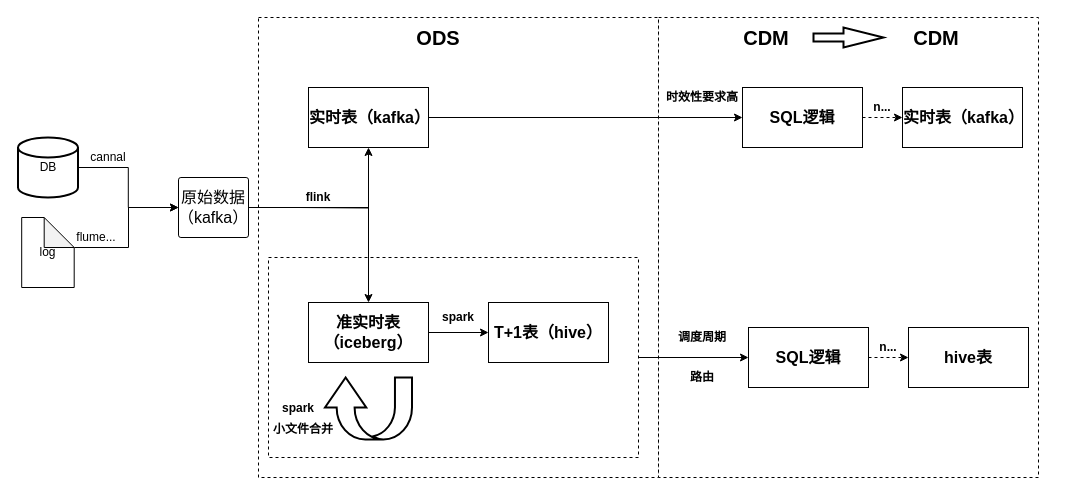
The draw.io diagram mt流批一体.drawio in mineminemine123/work-wiki, before the edit. Source tidied: cells renumbered, new cells numbered last; positions are measured from the earlier drawing's top-left corner, leaving out a move shared by most shapes. Both pictures are drawn from the tidied source at 100%, with x=0, y=0 at pixel (18, 17).
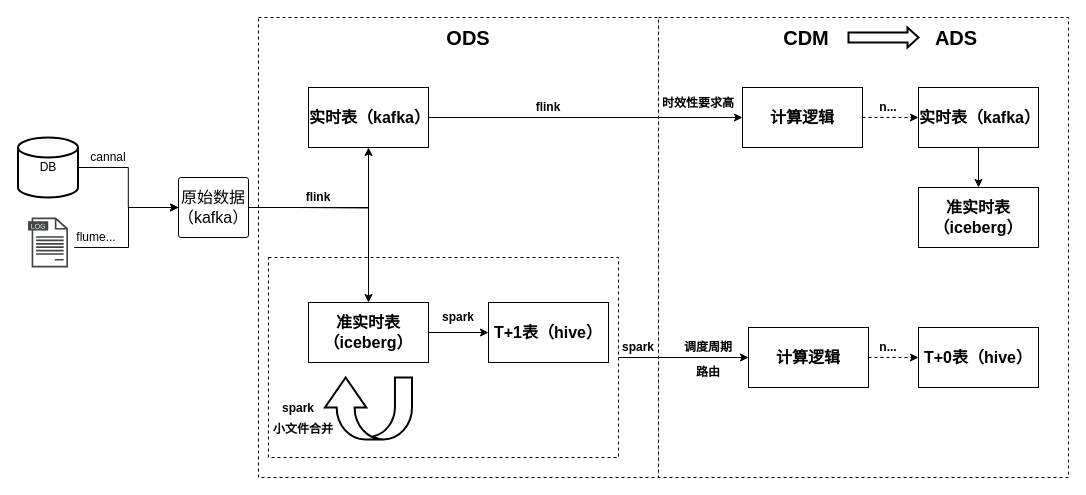
The same diagram, later.

Commit message (it also covers changes not shown here):
更新mt流批一体.drawio

Unchanged cells that the change refers to:
```xml
<mxCell id="16" value="&lt;span style=&quot;font-size: 16px;&quot;&gt;原始数据（kafka）&lt;/span&gt;" style="rounded=1;whiteSpace=wrap;html=1;arcSize=4;" parent="1" vertex="1">
  <mxGeometry x="160" y="160" width="70" height="60" as="geometry" />
</mxCell>
```

Diff of the diagram source:
```diff
@@
     <mxCell id="2" style="rounded=0;whiteSpace=wrap;html=1;dashed=1;" parent="1" vertex="1">
-      <mxGeometry x="640" width="380" height="460" as="geometry" />
+      <mxGeometry x="640" width="410" height="460" as="geometry" />
     </mxCell>
@@
     <mxCell id="5" style="rounded=0;whiteSpace=wrap;html=1;dashed=1;" parent="1" vertex="1">
-      <mxGeometry x="250" y="240" width="370" height="200" as="geometry" />
+      <mxGeometry x="250" y="240" width="350" height="200" as="geometry" />
     </mxCell>
@@
-    <mxCell id="14" style="edgeStyle=orthogonalEdgeStyle;rounded=0;jettySize=auto;html=1;exitX=0;exitY=0;exitDx=52.5;exitDy=30;exitPerimeter=0;entryX=0;entryY=0.5;entryDx=0;entryDy=0;" parent="1" edge="1" source="15" target="16">
+    <mxCell id="14" style="edgeStyle=orthogonalEdgeStyle;rounded=0;jettySize=auto;html=1;exitX=0;exitY=0;exitDx=52.5;exitDy=30;exitPerimeter=0;entryX=0;entryY=0.5;entryDx=0;entryDy=0;" parent="1" edge="1" target="16">
       <mxGeometry relative="1" as="geometry">
+        <mxPoint x="55.8" y="230" as="sourcePoint" />
         <Array as="points">
           <mxPoint x="110" y="230" />
           <mxPoint x="110" y="190" />
         </Array>
       </mxGeometry>
     </mxCell>
-    <mxCell id="15" value="log" style="shape=note;whiteSpace=wrap;html=1;backgroundOutline=1;darkOpacity=0.05;" parent="1" vertex="1">
-      <mxGeometry x="3.2" y="200" width="52.5" height="70" as="geometry" />
-    </mxCell>
@@
-    <mxCell id="25" value="&lt;font style=&quot;font-size: 16px;&quot;&gt;SQL逻辑&lt;/font&gt;" style="rounded=0;whiteSpace=wrap;html=1;fontStyle=1;" parent="1" vertex="1">
+    <mxCell id="25" value="&lt;font style=&quot;font-size: 16px;&quot;&gt;计算逻辑&lt;/font&gt;" style="rounded=0;whiteSpace=wrap;html=1;fontStyle=1;" parent="1" vertex="1">
       <mxGeometry x="730" y="310" width="120" height="60" as="geometry" />
     </mxCell>
     <mxCell id="26" value="&lt;b&gt;调度周期&lt;/b&gt;" style="text;html=1;strokeColor=none;fillColor=none;align=center;verticalAlign=middle;whiteSpace=wrap;rounded=0;" parent="1" vertex="1">
-      <mxGeometry x="654" y="310" width="60" height="20" as="geometry" />
+      <mxGeometry x="660" y="320" width="60" height="20" as="geometry" />
     </mxCell>
@@
     <mxCell id="28" value="ODS" style="text;html=1;strokeColor=none;fillColor=none;align=center;verticalAlign=middle;whiteSpace=wrap;rounded=0;fontStyle=1;fontSize=20;" parent="1" vertex="1">
-      <mxGeometry x="370" y="10" width="100" height="20" as="geometry" />
+      <mxGeometry x="400" y="10" width="100" height="20" as="geometry" />
     </mxCell>
@@
-    <mxCell id="30" value="&lt;span style=&quot;font-size: 16px;&quot;&gt;SQL逻辑&lt;/span&gt;" style="rounded=0;whiteSpace=wrap;html=1;fontStyle=1;" parent="1" vertex="1">
+    <mxCell id="30" value="&lt;span style=&quot;font-size: 16px;&quot;&gt;计算逻辑&lt;/span&gt;" style="rounded=0;whiteSpace=wrap;html=1;fontStyle=1;" parent="1" vertex="1">
       <mxGeometry x="724" y="70" width="120" height="60" as="geometry" />
     </mxCell>
     <mxCell id="31" value="&lt;b&gt;时效性要求高&lt;/b&gt;" style="text;html=1;strokeColor=none;fillColor=none;align=center;verticalAlign=middle;whiteSpace=wrap;rounded=0;" parent="1" vertex="1">
-      <mxGeometry x="644" y="70" width="80" height="20" as="geometry" />
+      <mxGeometry x="640" y="76" width="80" height="20" as="geometry" />
     </mxCell>
     <mxCell id="32" value="CDM" style="text;html=1;strokeColor=none;fillColor=none;align=center;verticalAlign=middle;whiteSpace=wrap;rounded=0;fontStyle=1;fontSize=20;" parent="1" vertex="1">
-      <mxGeometry x="680" y="10" width="136" height="20" as="geometry" />
+      <mxGeometry x="720" y="10" width="136" height="20" as="geometry" />
     </mxCell>
+    <mxCell id="40" style="edgeStyle=orthogonalEdgeStyle;rounded=0;jettySize=auto;html=1;exitX=0.5;exitY=1;exitDx=0;exitDy=0;" parent="1" edge="1" source="33" target="43">
+      <mxGeometry relative="1" as="geometry" />
+    </mxCell>
     <mxCell id="33" value="&lt;span style=&quot;font-size: 16px;&quot;&gt;实时表（kafka）&lt;/span&gt;" style="rounded=0;whiteSpace=wrap;html=1;fontStyle=1;" parent="1" vertex="1">
-      <mxGeometry x="884" y="70" width="120" height="60" as="geometry" />
+      <mxGeometry x="900" y="70" width="120" height="60" as="geometry" />
     </mxCell>
-    <mxCell id="34" value="&lt;span style=&quot;font-size: 16px;&quot;&gt;hive表&lt;/span&gt;" style="rounded=0;whiteSpace=wrap;html=1;fontStyle=1;" parent="1" vertex="1">
-      <mxGeometry x="890" y="310" width="120" height="60" as="geometry" />
+    <mxCell id="34" value="&lt;font style=&quot;font-size: 16px;&quot;&gt;T+0表（hive）&lt;/font&gt;" style="rounded=0;whiteSpace=wrap;html=1;fontStyle=1;" parent="1" vertex="1">
+      <mxGeometry x="900" y="310" width="120" height="60" as="geometry" />
     </mxCell>
     <mxCell id="35" value="n..." style="text;html=1;strokeColor=none;fillColor=none;align=center;verticalAlign=middle;whiteSpace=wrap;rounded=0;fontStyle=1;" parent="1" vertex="1">
-      <mxGeometry x="844" y="80" width="40" height="20" as="geometry" />
+      <mxGeometry x="850" y="80" width="40" height="20" as="geometry" />
     </mxCell>
     <mxCell id="36" value="&lt;b&gt;路由&lt;/b&gt;" style="text;html=1;strokeColor=none;fillColor=none;align=center;verticalAlign=middle;whiteSpace=wrap;rounded=0;" parent="1" vertex="1">
-      <mxGeometry x="654" y="350" width="60" height="20" as="geometry" />
+      <mxGeometry x="660" y="345" width="60" height="20" as="geometry" />
     </mxCell>
@@
-    <mxCell id="38" style="verticalLabelPosition=bottom;verticalAlign=top;html=1;strokeWidth=2;shape=mxgraph.arrows2.arrow;dy=0.6;dx=40;notch=0;" parent="1" vertex="1">
-      <mxGeometry x="795" y="10" width="70" height="20" as="geometry" />
+    <mxCell id="38" style="verticalLabelPosition=bottom;verticalAlign=top;html=1;strokeWidth=2;shape=mxgraph.arrows2.arrow;dy=0.5;dx=11;notch=0;" parent="1" vertex="1">
+      <mxGeometry x="830" y="10" width="70" height="20" as="geometry" />
     </mxCell>
-    <mxCell id="39" value="CDM" style="text;html=1;strokeColor=none;fillColor=none;align=center;verticalAlign=middle;whiteSpace=wrap;rounded=0;fontStyle=1;fontSize=20;" parent="1" vertex="1">
-      <mxGeometry x="850" y="10" width="136" height="20" as="geometry" />
+    <mxCell id="39" value="ADS" style="text;html=1;strokeColor=none;fillColor=none;align=center;verticalAlign=middle;whiteSpace=wrap;rounded=0;fontStyle=1;fontSize=20;" parent="1" vertex="1">
+      <mxGeometry x="870" y="10" width="136" height="20" as="geometry" />
     </mxCell>
+    <mxCell id="41" style="sketch=0;shadow=0;dashed=0;html=1;strokeColor=none;fillColor=#434445;labelPosition=center;verticalLabelPosition=bottom;verticalAlign=top;align=center;shape=mxgraph.vvd.log_files;" parent="1" vertex="1">
+      <mxGeometry x="9.5" y="200" width="40" height="50" as="geometry" />
+    </mxCell>
+    <mxCell id="42" value="&lt;b&gt;flink&lt;/b&gt;" style="text;html=1;strokeColor=none;fillColor=none;align=center;verticalAlign=middle;whiteSpace=wrap;rounded=0;" parent="1" vertex="1">
+      <mxGeometry x="510" y="80" width="40" height="20" as="geometry" />
+    </mxCell>
+    <mxCell id="43" value="&lt;span style=&quot;font-size: 16px;&quot;&gt;准实时表（iceberg）&lt;/span&gt;" style="rounded=0;whiteSpace=wrap;html=1;fontStyle=1;" parent="1" vertex="1">
+      <mxGeometry x="900" y="170" width="120" height="60" as="geometry" />
+    </mxCell>
+    <mxCell id="44" value="&lt;b&gt;spark&lt;/b&gt;" style="text;html=1;strokeColor=none;fillColor=none;align=center;verticalAlign=middle;whiteSpace=wrap;rounded=0;" parent="1" vertex="1">
+      <mxGeometry x="600" y="320" width="40" height="20" as="geometry" />
+    </mxCell>
```
